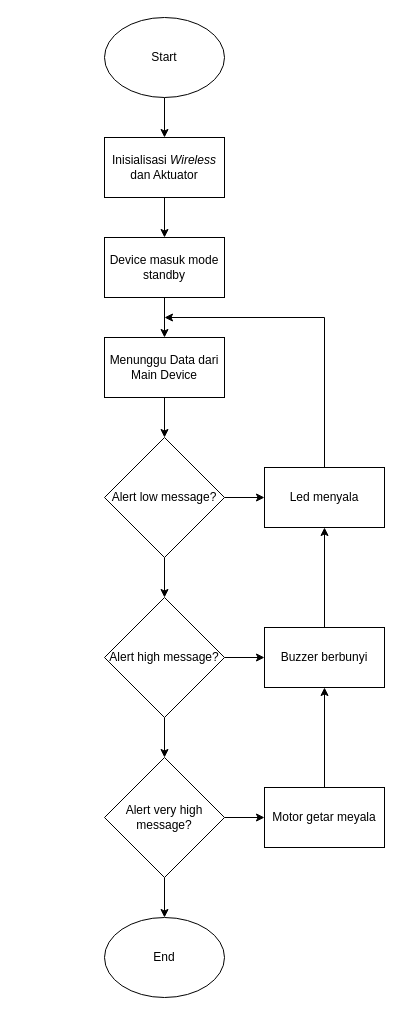
Before: Flow chart alert device.drawio in Akise17/Web-Design, a draw.io diagram. Source tidied: cells renumbered, new cells numbered last; positions are measured from the earlier drawing's top-left corner, leaving out a move shared by most shapes. Both pictures are drawn from the tidied source at 100%, with x=0, y=0 at pixel (104, 17).
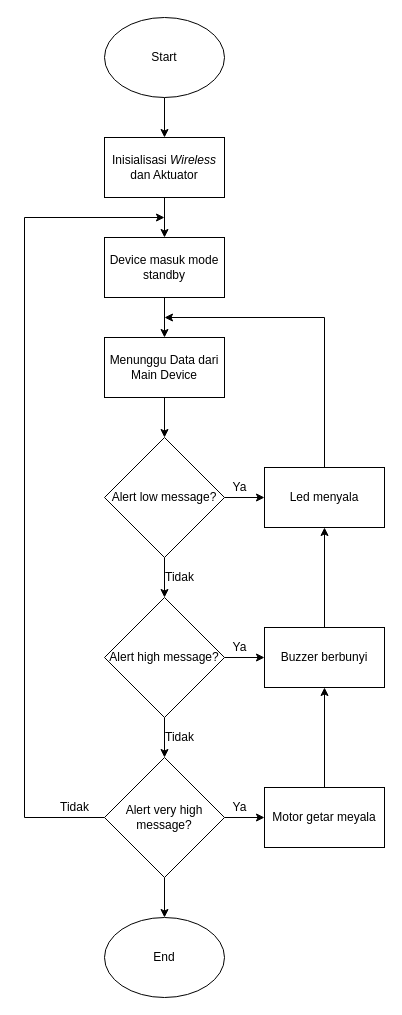
After the change.

The change refers to these unchanged cells:
```xml
<mxCell id="22" value="Alert very high message?" style="rhombus;whiteSpace=wrap;html=1;" parent="1" vertex="1">
  <mxGeometry y="740" width="120" height="120" as="geometry" />
</mxCell>
```

Change to the diagram source:
```diff
@@
+    <mxCell id="26" style="edgeStyle=orthogonalEdgeStyle;rounded=0;jettySize=auto;html=1;exitX=0;exitY=0.5;exitDx=0;exitDy=0;startArrow=none;startFill=0;" parent="1" edge="1" source="22">
+      <mxGeometry relative="1" as="geometry">
+        <mxPoint x="60" y="200" as="targetPoint" />
+        <Array as="points">
+          <mxPoint x="-80" y="800" />
+          <mxPoint x="-80" y="200" />
+          <mxPoint x="60" y="200" />
+        </Array>
+      </mxGeometry>
+    </mxCell>
@@
+    <mxCell id="27" value="&lt;div&gt;Ya&lt;/div&gt;" style="text;html=1;align=center;verticalAlign=middle;strokeColor=none;" parent="1" vertex="1">
+      <mxGeometry x="120" y="780" width="30" height="20" as="geometry" />
+    </mxCell>
+    <mxCell id="28" value="&lt;div&gt;Ya&lt;/div&gt;" style="text;html=1;align=center;verticalAlign=middle;strokeColor=none;" parent="1" vertex="1">
+      <mxGeometry x="120" y="620" width="30" height="20" as="geometry" />
+    </mxCell>
+    <mxCell id="29" value="&lt;div&gt;Ya&lt;/div&gt;" style="text;html=1;align=center;verticalAlign=middle;strokeColor=none;" parent="1" vertex="1">
+      <mxGeometry x="120" y="460" width="30" height="20" as="geometry" />
+    </mxCell>
+    <mxCell id="30" value="Tidak" style="text;html=1;align=center;verticalAlign=middle;strokeColor=none;" parent="1" vertex="1">
+      <mxGeometry x="55" y="550" width="40" height="20" as="geometry" />
+    </mxCell>
+    <mxCell id="31" value="Tidak" style="text;html=1;align=center;verticalAlign=middle;strokeColor=none;" parent="1" vertex="1">
+      <mxGeometry x="55" y="710" width="40" height="20" as="geometry" />
+    </mxCell>
+    <mxCell id="32" value="Tidak" style="text;html=1;align=center;verticalAlign=middle;strokeColor=none;" parent="1" vertex="1">
+      <mxGeometry x="-50" y="780" width="40" height="20" as="geometry" />
+    </mxCell>
```
